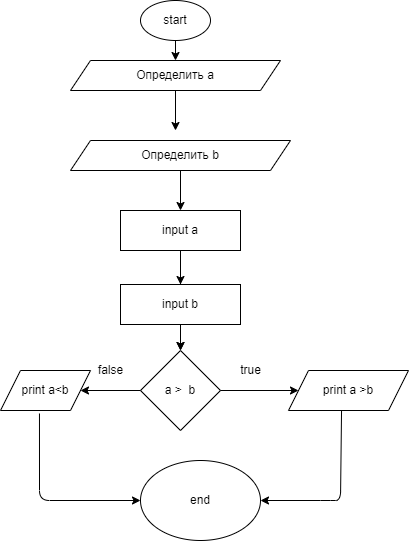
Before: HW2/Ex13/diagram.drawio.png, a diagram exported from draw.io (SboevaTatiana/HW_1). Source tidied: cells renumbered, new cells last; positions are measured from the earlier drawing's top-left corner, leaving out a move shared by most shapes. The source it was exported from:
```xml
<mxGraphModel>
  <root>
    <mxCell id="0" />
    <mxCell id="1" parent="0" />
    <mxCell id="2" value="start" style="ellipse;whiteSpace=wrap;html=1;" parent="1" vertex="1">
      <mxGeometry x="140" width="70" height="40" as="geometry" />
    </mxCell>
    <mxCell id="3" style="endArrow=classic;html=1;exitX=0.5;exitY=1;exitDx=0;exitDy=0;" parent="1" edge="1" source="2" target="4">
      <mxGeometry relative="1" as="geometry" />
    </mxCell>
    <mxCell id="4" value="Определить а" style="shape=parallelogram;perimeter=parallelogramPerimeter;whiteSpace=wrap;html=1;fixedSize=1;" parent="1" vertex="1">
      <mxGeometry x="70" y="60" width="210" height="30" as="geometry" />
    </mxCell>
    <mxCell id="5" style="endArrow=classic;html=1;exitX=0.5;exitY=1;exitDx=0;exitDy=0;" parent="1" edge="1" source="4">
      <mxGeometry relative="1" as="geometry">
        <mxPoint x="175" y="130" as="targetPoint" />
      </mxGeometry>
    </mxCell>
    <mxCell id="6" value="Определить b" style="shape=parallelogram;perimeter=parallelogramPerimeter;whiteSpace=wrap;html=1;fixedSize=1;" parent="1" vertex="1">
      <mxGeometry x="70" y="140" width="220" height="30" as="geometry" />
    </mxCell>
    <mxCell id="7" style="endArrow=classic;html=1;exitX=0.5;exitY=1;exitDx=0;exitDy=0;" parent="1" edge="1" source="6" target="9">
      <mxGeometry relative="1" as="geometry" />
    </mxCell>
    <mxCell id="8" style="edgeStyle=none;html=1;" parent="1" edge="1" source="9" target="13">
      <mxGeometry relative="1" as="geometry" />
    </mxCell>
    <mxCell id="9" value="input a" style="rounded=0;whiteSpace=wrap;html=1;" parent="1" vertex="1">
      <mxGeometry x="120" y="210" width="120" height="40" as="geometry" />
    </mxCell>
    <mxCell id="10" style="endArrow=classic;html=1;" parent="1" edge="1" target="11">
      <mxGeometry relative="1" as="geometry">
        <mxPoint x="180" y="250" as="sourcePoint" />
        <Array as="points">
          <mxPoint x="180" y="250" />
        </Array>
      </mxGeometry>
    </mxCell>
    <mxCell id="11" value="input b" style="rounded=0;whiteSpace=wrap;html=1;" parent="1" vertex="1">
      <mxGeometry x="120" y="284" width="120" height="40" as="geometry" />
    </mxCell>
    <mxCell id="12" style="endArrow=classic;html=1;exitX=0.5;exitY=1;exitDx=0;exitDy=0;" parent="1" edge="1" source="11" target="13">
      <mxGeometry relative="1" as="geometry" />
    </mxCell>
    <mxCell id="13" value="a &amp;gt;&amp;nbsp; b" style="rhombus;whiteSpace=wrap;html=1;" parent="1" vertex="1">
      <mxGeometry x="140" y="350" width="80" height="80" as="geometry" />
    </mxCell>
    <mxCell id="14" style="endArrow=classic;html=1;exitX=1;exitY=0.5;exitDx=0;exitDy=0;entryX=0;entryY=0.5;entryDx=0;entryDy=0;" parent="1" edge="1" source="13" target="16">
      <mxGeometry relative="1" as="geometry" />
    </mxCell>
    <mxCell id="15" value="true" style="text;html=1;align=center;verticalAlign=middle;strokeColor=none;fillColor=none;" parent="1" vertex="1">
      <mxGeometry x="230" y="360" width="40" height="20" as="geometry" />
    </mxCell>
    <mxCell id="16" value="print a &amp;gt;b" style="shape=parallelogram;perimeter=parallelogramPerimeter;whiteSpace=wrap;html=1;fixedSize=1;" parent="1" vertex="1">
      <mxGeometry x="288" y="370" width="120" height="40" as="geometry" />
    </mxCell>
    <mxCell id="17" style="endArrow=classic;html=1;exitX=0;exitY=0.5;exitDx=0;exitDy=0;" parent="1" edge="1" source="13">
      <mxGeometry relative="1" as="geometry">
        <mxPoint x="80" y="390" as="targetPoint" />
      </mxGeometry>
    </mxCell>
    <mxCell id="18" value="false" style="text;html=1;align=center;verticalAlign=middle;strokeColor=none;fillColor=none;" parent="1" vertex="1">
      <mxGeometry x="90" y="360" width="40" height="20" as="geometry" />
    </mxCell>
    <mxCell id="19" value="print a&amp;lt;b" style="shape=parallelogram;perimeter=parallelogramPerimeter;whiteSpace=wrap;html=1;fixedSize=1;" parent="1" vertex="1">
      <mxGeometry y="370" width="90" height="40" as="geometry" />
    </mxCell>
    <mxCell id="20" style="endArrow=classic;html=1;exitX=0.433;exitY=1.075;exitDx=0;exitDy=0;exitPerimeter=0;" parent="1" edge="1" source="19">
      <mxGeometry relative="1" as="geometry">
        <mxPoint x="140" y="500" as="targetPoint" />
        <Array as="points">
          <mxPoint x="39" y="500" />
        </Array>
      </mxGeometry>
    </mxCell>
    <mxCell id="21" style="endArrow=classic;html=1;exitX=0.442;exitY=1;exitDx=0;exitDy=0;exitPerimeter=0;" parent="1" edge="1" source="16" target="22">
      <mxGeometry relative="1" as="geometry">
        <Array as="points">
          <mxPoint x="340" y="500" />
          <mxPoint x="330" y="500" />
        </Array>
      </mxGeometry>
    </mxCell>
    <mxCell id="22" value="end" style="ellipse;whiteSpace=wrap;html=1;" parent="1" vertex="1">
      <mxGeometry x="140" y="460" width="120" height="80" as="geometry" />
    </mxCell>
  </root>
</mxGraphModel>
```
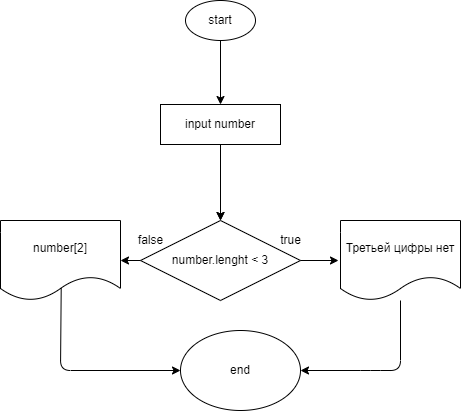
The same file after the commit.

Change to the diagram source:
```diff
@@ -3,86 +3,67 @@
     <mxCell id="0" />
     <mxCell id="1" parent="0" />
     <mxCell id="2" value="start" style="ellipse;whiteSpace=wrap;html=1;" parent="1" vertex="1">
-      <mxGeometry x="140" width="70" height="40" as="geometry" />
+      <mxGeometry x="145" y="15" width="70" height="40" as="geometry" />
     </mxCell>
-    <mxCell id="3" style="endArrow=classic;html=1;exitX=0.5;exitY=1;exitDx=0;exitDy=0;" parent="1" edge="1" source="2" target="4">
-      <mxGeometry relative="1" as="geometry" />
-    </mxCell>
-    <mxCell id="4" value="Определить а" style="shape=parallelogram;perimeter=parallelogramPerimeter;whiteSpace=wrap;html=1;fixedSize=1;" parent="1" vertex="1">
-      <mxGeometry x="70" y="60" width="210" height="30" as="geometry" />
-    </mxCell>
-    <mxCell id="5" style="endArrow=classic;html=1;exitX=0.5;exitY=1;exitDx=0;exitDy=0;" parent="1" edge="1" source="4">
-      <mxGeometry relative="1" as="geometry">
-        <mxPoint x="175" y="130" as="targetPoint" />
-      </mxGeometry>
-    </mxCell>
-    <mxCell id="6" value="Определить b" style="shape=parallelogram;perimeter=parallelogramPerimeter;whiteSpace=wrap;html=1;fixedSize=1;" parent="1" vertex="1">
-      <mxGeometry x="70" y="140" width="220" height="30" as="geometry" />
-    </mxCell>
-    <mxCell id="7" style="endArrow=classic;html=1;exitX=0.5;exitY=1;exitDx=0;exitDy=0;" parent="1" edge="1" source="6" target="9">
-      <mxGeometry relative="1" as="geometry" />
+    <mxCell id="7" style="endArrow=classic;html=1;exitX=0.5;exitY=1;exitDx=0;exitDy=0;" parent="1" edge="1" target="9">
+      <mxGeometry relative="1" as="geometry">
+        <mxPoint x="180" y="55" as="sourcePoint" />
+      </mxGeometry>
     </mxCell>
     <mxCell id="8" style="edgeStyle=none;html=1;" parent="1" edge="1" source="9" target="13">
       <mxGeometry relative="1" as="geometry" />
     </mxCell>
-    <mxCell id="9" value="input a" style="rounded=0;whiteSpace=wrap;html=1;" parent="1" vertex="1">
-      <mxGeometry x="120" y="210" width="120" height="40" as="geometry" />
+    <mxCell id="9" value="input number" style="rounded=0;whiteSpace=wrap;html=1;" parent="1" vertex="1">
+      <mxGeometry x="120" y="119" width="120" height="40" as="geometry" />
     </mxCell>
-    <mxCell id="10" style="endArrow=classic;html=1;" parent="1" edge="1" target="11">
-      <mxGeometry relative="1" as="geometry">
-        <mxPoint x="180" y="250" as="sourcePoint" />
-        <Array as="points">
-          <mxPoint x="180" y="250" />
-        </Array>
-      </mxGeometry>
-    </mxCell>
-    <mxCell id="11" value="input b" style="rounded=0;whiteSpace=wrap;html=1;" parent="1" vertex="1">
-      <mxGeometry x="120" y="284" width="120" height="40" as="geometry" />
-    </mxCell>
-    <mxCell id="12" style="endArrow=classic;html=1;exitX=0.5;exitY=1;exitDx=0;exitDy=0;" parent="1" edge="1" source="11" target="13">
-      <mxGeometry relative="1" as="geometry" />
+    <mxCell id="12" style="endArrow=classic;html=1;exitX=0.5;exitY=1;exitDx=0;exitDy=0;" parent="1" edge="1" target="13">
+      <mxGeometry relative="1" as="geometry">
+        <mxPoint x="180" y="209" as="sourcePoint" />
+      </mxGeometry>
     </mxCell>
-    <mxCell id="13" value="a &amp;gt;&amp;nbsp; b" style="rhombus;whiteSpace=wrap;html=1;" parent="1" vertex="1">
-      <mxGeometry x="140" y="350" width="80" height="80" as="geometry" />
+    <mxCell id="13" value="number.lenght &amp;lt; 3" style="rhombus;whiteSpace=wrap;html=1;" parent="1" vertex="1">
+      <mxGeometry x="100" y="235" width="160" height="80" as="geometry" />
     </mxCell>
-    <mxCell id="14" style="endArrow=classic;html=1;exitX=1;exitY=0.5;exitDx=0;exitDy=0;entryX=0;entryY=0.5;entryDx=0;entryDy=0;" parent="1" edge="1" source="13" target="16">
-      <mxGeometry relative="1" as="geometry" />
+    <mxCell id="14" style="endArrow=classic;html=1;exitX=1;exitY=0.5;exitDx=0;exitDy=0;entryX=0;entryY=0.5;entryDx=0;entryDy=0;" parent="1" edge="1" source="13">
+      <mxGeometry relative="1" as="geometry">
+        <mxPoint x="298" y="275" as="targetPoint" />
+      </mxGeometry>
     </mxCell>
     <mxCell id="15" value="true" style="text;html=1;align=center;verticalAlign=middle;strokeColor=none;fillColor=none;" parent="1" vertex="1">
-      <mxGeometry x="230" y="360" width="40" height="20" as="geometry" />
+      <mxGeometry x="230" y="245" width="40" height="20" as="geometry" />
     </mxCell>
-    <mxCell id="16" value="print a &amp;gt;b" style="shape=parallelogram;perimeter=parallelogramPerimeter;whiteSpace=wrap;html=1;fixedSize=1;" parent="1" vertex="1">
-      <mxGeometry x="288" y="370" width="120" height="40" as="geometry" />
-    </mxCell>
     <mxCell id="17" style="endArrow=classic;html=1;exitX=0;exitY=0.5;exitDx=0;exitDy=0;" parent="1" edge="1" source="13">
       <mxGeometry relative="1" as="geometry">
-        <mxPoint x="80" y="390" as="targetPoint" />
+        <mxPoint x="80" y="275" as="targetPoint" />
       </mxGeometry>
     </mxCell>
     <mxCell id="18" value="false" style="text;html=1;align=center;verticalAlign=middle;strokeColor=none;fillColor=none;" parent="1" vertex="1">
-      <mxGeometry x="90" y="360" width="40" height="20" as="geometry" />
+      <mxGeometry x="90" y="245" width="40" height="20" as="geometry" />
     </mxCell>
-    <mxCell id="19" value="print a&amp;lt;b" style="shape=parallelogram;perimeter=parallelogramPerimeter;whiteSpace=wrap;html=1;fixedSize=1;" parent="1" vertex="1">
-      <mxGeometry y="370" width="90" height="40" as="geometry" />
-    </mxCell>
-    <mxCell id="20" style="endArrow=classic;html=1;exitX=0.433;exitY=1.075;exitDx=0;exitDy=0;exitPerimeter=0;" parent="1" edge="1" source="19">
+    <mxCell id="20" style="endArrow=classic;html=1;exitX=0.506;exitY=0.825;exitDx=0;exitDy=0;exitPerimeter=0;" parent="1" edge="1" source="24">
       <mxGeometry relative="1" as="geometry">
-        <mxPoint x="140" y="500" as="targetPoint" />
+        <mxPoint x="140" y="385" as="targetPoint" />
         <Array as="points">
-          <mxPoint x="39" y="500" />
+          <mxPoint x="20" y="385" />
         </Array>
       </mxGeometry>
     </mxCell>
-    <mxCell id="21" style="endArrow=classic;html=1;exitX=0.442;exitY=1;exitDx=0;exitDy=0;exitPerimeter=0;" parent="1" edge="1" source="16" target="22">
+    <mxCell id="21" style="endArrow=classic;html=1;" parent="1" edge="1" source="23" target="22">
       <mxGeometry relative="1" as="geometry">
         <Array as="points">
-          <mxPoint x="340" y="500" />
-          <mxPoint x="330" y="500" />
+          <mxPoint x="360" y="385" />
+          <mxPoint x="330" y="385" />
         </Array>
       </mxGeometry>
     </mxCell>
     <mxCell id="22" value="end" style="ellipse;whiteSpace=wrap;html=1;" parent="1" vertex="1">
-      <mxGeometry x="140" y="460" width="120" height="80" as="geometry" />
+      <mxGeometry x="140" y="345" width="120" height="80" as="geometry" />
     </mxCell>
+    <mxCell id="23" value="Третьей цифры нет" style="shape=document;whiteSpace=wrap;html=1;boundedLbl=1;" parent="1" vertex="1">
+      <mxGeometry x="300" y="235" width="120" height="80" as="geometry" />
+    </mxCell>
+    <mxCell id="24" value="number[2]" style="shape=document;whiteSpace=wrap;html=1;boundedLbl=1;" parent="1" vertex="1">
+      <mxGeometry x="-40" y="235" width="120" height="80" as="geometry" />
+    </mxCell>
   </root>
 </mxGraphModel>
```
